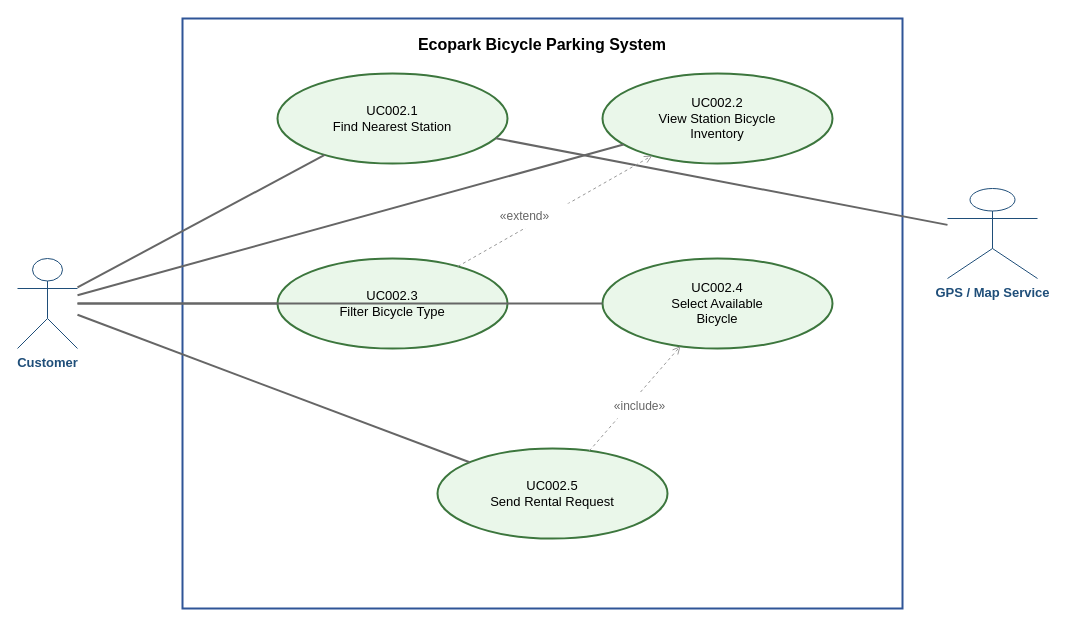
Earlier version of the draw.io diagram page "UC002 Find Station and Select Bicycle" (3 of 6) of docs/BikeSharing_UseCase_Diagrams.drawio (sontungkieu/2025.2-IT3180E-SE). Source tidied: cells renumbered, new cells numbered last; positions are measured from the earlier drawing's top-left corner, leaving out a move shared by most shapes. Both pictures are drawn from the tidied source at 100%, with x=0, y=0 at pixel (17, 18).
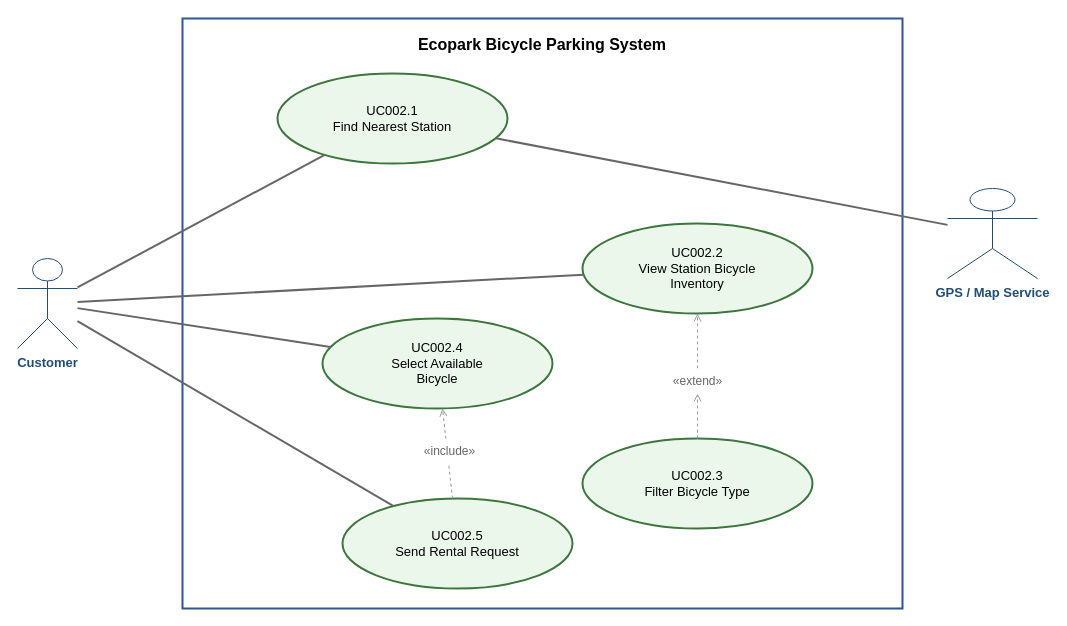
The same diagram, later.

Diff of the diagram source:
```diff
@@
 <mxGraphModel>
   <root>
     <mxCell id="0" />
     <mxCell id="1" parent="0" />
     <mxCell id="2" value="Ecopark Bicycle Parking System" style="rounded=0;whiteSpace=wrap;html=1;fillColor=none;strokeColor=#2F5597;strokeWidth=2;fontStyle=1;verticalAlign=top;spacingTop=10;fontSize=16;" parent="1" vertex="1">
       <mxGeometry x="165" width="720" height="590" as="geometry" />
     </mxCell>
     <mxCell id="3" value="Customer" style="shape=umlActor;verticalLabelPosition=bottom;verticalAlign=top;html=1;outlineConnect=0;strokeColor=#1F4E79;fontColor=#1F4E79;fontStyle=1;fontSize=13;" parent="1" vertex="1">
       <mxGeometry y="240" width="60" height="90" as="geometry" />
     </mxCell>
     <mxCell id="4" value="GPS / Map Service" style="shape=umlActor;verticalLabelPosition=bottom;verticalAlign=top;html=1;outlineConnect=0;strokeColor=#1F4E79;fontColor=#1F4E79;fontStyle=1;fontSize=13;" parent="1" vertex="1">
       <mxGeometry x="930" y="170" width="90" height="90" as="geometry" />
     </mxCell>
-    <mxCell id="5" value="UC002.1&#10;Find Nearest Station" style="ellipse;whiteSpace=wrap;html=1;fillColor=#EAF7EA;strokeColor=#3C763D;strokeWidth=2;fontSize=13;" parent="1" vertex="1">
+    <mxCell id="5" value="UC002.1&#10;Find Nearest Station" style="ellipse;whiteSpace=wrap;html=1;fillColor=#EAF7EA;strokeColor=#3C763D;strokeWidth=2;fontSize=13;fontColor=#000000;" parent="1" vertex="1">
       <mxGeometry x="260" y="55" width="230" height="90" as="geometry" />
     </mxCell>
-    <mxCell id="6" value="UC002.2&#10;View Station Bicycle&#10;Inventory" style="ellipse;whiteSpace=wrap;html=1;fillColor=#EAF7EA;strokeColor=#3C763D;strokeWidth=2;fontSize=13;" parent="1" vertex="1">
-      <mxGeometry x="585" y="55" width="230" height="90" as="geometry" />
+    <mxCell id="6" value="UC002.2&#10;View Station Bicycle&#10;Inventory" style="ellipse;whiteSpace=wrap;html=1;fillColor=#EAF7EA;strokeColor=#3C763D;strokeWidth=2;fontSize=13;fontColor=#000000;" parent="1" vertex="1">
+      <mxGeometry x="565" y="205" width="230" height="90" as="geometry" />
     </mxCell>
-    <mxCell id="7" value="UC002.3&#10;Filter Bicycle Type" style="ellipse;whiteSpace=wrap;html=1;fillColor=#EAF7EA;strokeColor=#3C763D;strokeWidth=2;fontSize=13;" parent="1" vertex="1">
-      <mxGeometry x="260" y="240" width="230" height="90" as="geometry" />
+    <mxCell id="7" value="UC002.3&#10;Filter Bicycle Type" style="ellipse;whiteSpace=wrap;html=1;fillColor=#EAF7EA;strokeColor=#3C763D;strokeWidth=2;fontSize=13;fontColor=#000000;" parent="1" vertex="1">
+      <mxGeometry x="565" y="420" width="230" height="90" as="geometry" />
     </mxCell>
-    <mxCell id="8" value="UC002.4&#10;Select Available&#10;Bicycle" style="ellipse;whiteSpace=wrap;html=1;fillColor=#EAF7EA;strokeColor=#3C763D;strokeWidth=2;fontSize=13;" parent="1" vertex="1">
-      <mxGeometry x="585" y="240" width="230" height="90" as="geometry" />
+    <mxCell id="8" value="UC002.4&#10;Select Available&#10;Bicycle" style="ellipse;whiteSpace=wrap;html=1;fillColor=#EAF7EA;strokeColor=#3C763D;strokeWidth=2;fontSize=13;fontColor=#000000;" parent="1" vertex="1">
+      <mxGeometry x="305" y="300" width="230" height="90" as="geometry" />
     </mxCell>
-    <mxCell id="9" value="UC002.5&#10;Send Rental Request" style="ellipse;whiteSpace=wrap;html=1;fillColor=#EAF7EA;strokeColor=#3C763D;strokeWidth=2;fontSize=13;" parent="1" vertex="1">
-      <mxGeometry x="420" y="430" width="230" height="90" as="geometry" />
+    <mxCell id="9" value="UC002.5&#10;Send Rental Request" style="ellipse;whiteSpace=wrap;html=1;fillColor=#EAF7EA;strokeColor=#3C763D;strokeWidth=2;fontSize=13;fontColor=#000000;" parent="1" vertex="1">
+      <mxGeometry x="325" y="480" width="230" height="90" as="geometry" />
     </mxCell>
     <mxCell id="10" style="endArrow=none;html=1;strokeColor=#666666;strokeWidth=2;" parent="1" edge="1" source="3" target="5">
       <mxGeometry relative="1" as="geometry" />
     </mxCell>
     <mxCell id="11" style="endArrow=none;html=1;strokeColor=#666666;strokeWidth=2;" parent="1" edge="1" source="4" target="5">
       <mxGeometry relative="1" as="geometry" />
     </mxCell>
     <mxCell id="12" style="endArrow=none;html=1;strokeColor=#666666;strokeWidth=2;" parent="1" edge="1" source="3" target="6">
       <mxGeometry relative="1" as="geometry" />
     </mxCell>
-    <mxCell id="13" style="endArrow=none;html=1;strokeColor=#666666;strokeWidth=2;" parent="1" edge="1" source="3" target="7">
-      <mxGeometry relative="1" as="geometry" />
-    </mxCell>
     <mxCell id="14" style="endArrow=none;html=1;strokeColor=#666666;strokeWidth=2;" parent="1" edge="1" source="3" target="8">
       <mxGeometry relative="1" as="geometry" />
     </mxCell>
     <mxCell id="15" style="endArrow=none;html=1;strokeColor=#666666;strokeWidth=2;" parent="1" edge="1" source="3" target="9">
       <mxGeometry relative="1" as="geometry" />
     </mxCell>
-    <mxCell id="16" style="endArrow=open;html=1;dashed=1;strokeColor=#999999;fontSize=12;" parent="1" edge="1" source="7" target="6">
+    <mxCell id="16" style="endArrow=open;html=1;dashed=1;strokeColor=#999999;fontSize=12;" parent="1" edge="1" source="18" target="6">
       <mxGeometry relative="1" as="geometry" />
     </mxCell>
     <mxCell id="17" style="endArrow=open;html=1;dashed=1;strokeColor=#999999;fontSize=12;" parent="1" edge="1" source="9" target="8">
       <mxGeometry relative="1" as="geometry" />
     </mxCell>
+    <mxCell id="19" value="&amp;laquo;include&amp;raquo;" style="text;html=1;strokeColor=none;fillColor=#FFFFFF;fontSize=12;fontColor=#666666;align=center;verticalAlign=middle;whiteSpace=wrap;" parent="1" vertex="1">
+      <mxGeometry x="385" y="420" width="95" height="25" as="geometry" />
+    </mxCell>
+    <mxCell id="20" style="endArrow=open;html=1;dashed=1;strokeColor=#999999;fontSize=12;" parent="1" edge="1" source="7" target="18">
+      <mxGeometry relative="1" as="geometry" />
+    </mxCell>
     <mxCell id="18" value="&amp;laquo;extend&amp;raquo;" style="text;html=1;strokeColor=none;fillColor=#FFFFFF;fontSize=12;fontColor=#666666;align=center;verticalAlign=middle;whiteSpace=wrap;" parent="1" vertex="1">
-      <mxGeometry x="460" y="185" width="95" height="25" as="geometry" />
+      <mxGeometry x="632.5" y="350" width="95" height="25" as="geometry" />
     </mxCell>
-    <mxCell id="19" value="&amp;laquo;include&amp;raquo;" style="text;html=1;strokeColor=none;fillColor=#FFFFFF;fontSize=12;fontColor=#666666;align=center;verticalAlign=middle;whiteSpace=wrap;" parent="1" vertex="1">
-      <mxGeometry x="575" y="375" width="95" height="25" as="geometry" />
-    </mxCell>
   </root>
 </mxGraphModel>
```
